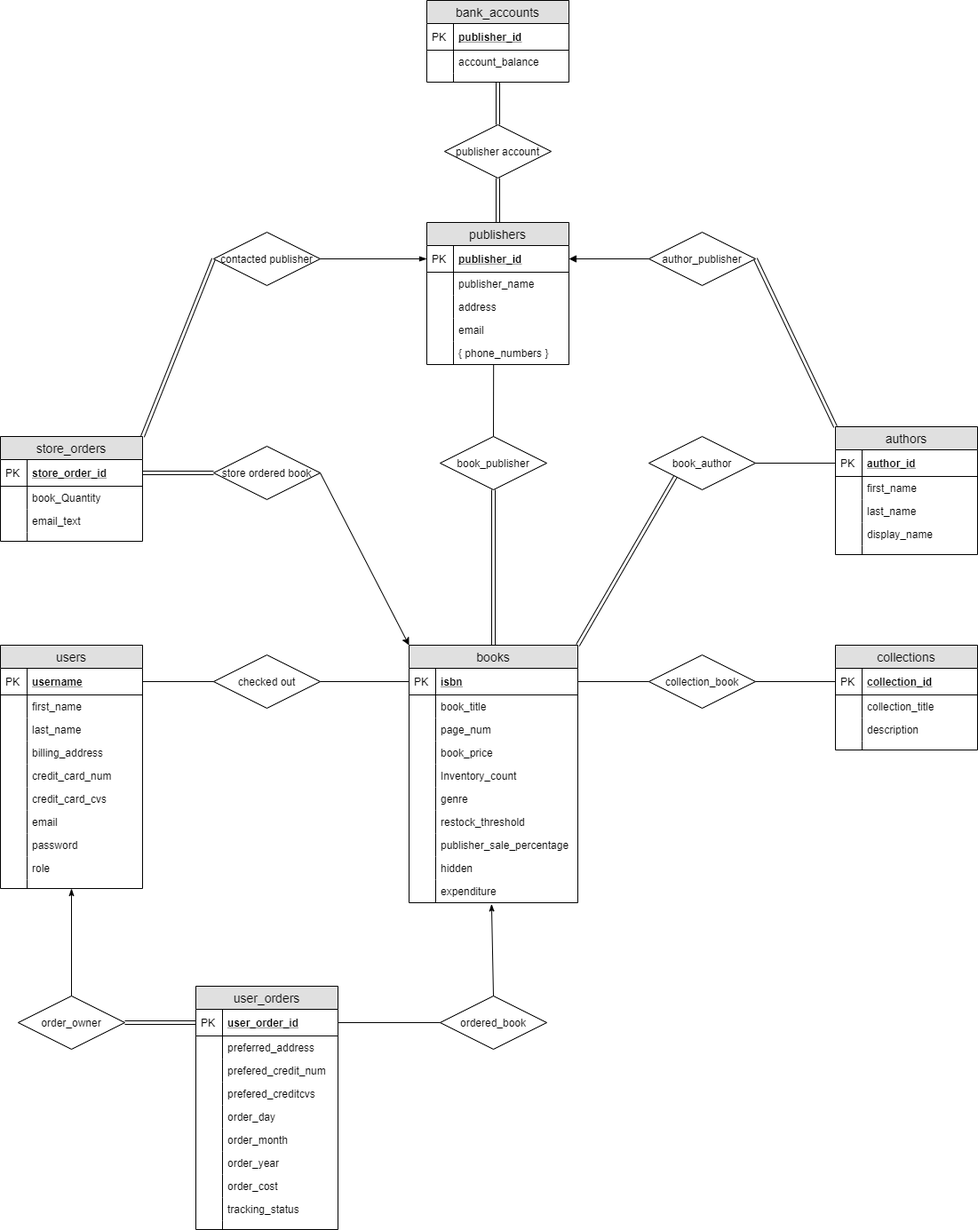
Above: docs/erd.png in DarkHorse0311/BookStore_golang_react (draw.io), before the change. Source tidied: cells renumbered, new cells last; positions are measured from the earlier drawing's top-left corner, leaving out a move shared by most shapes.
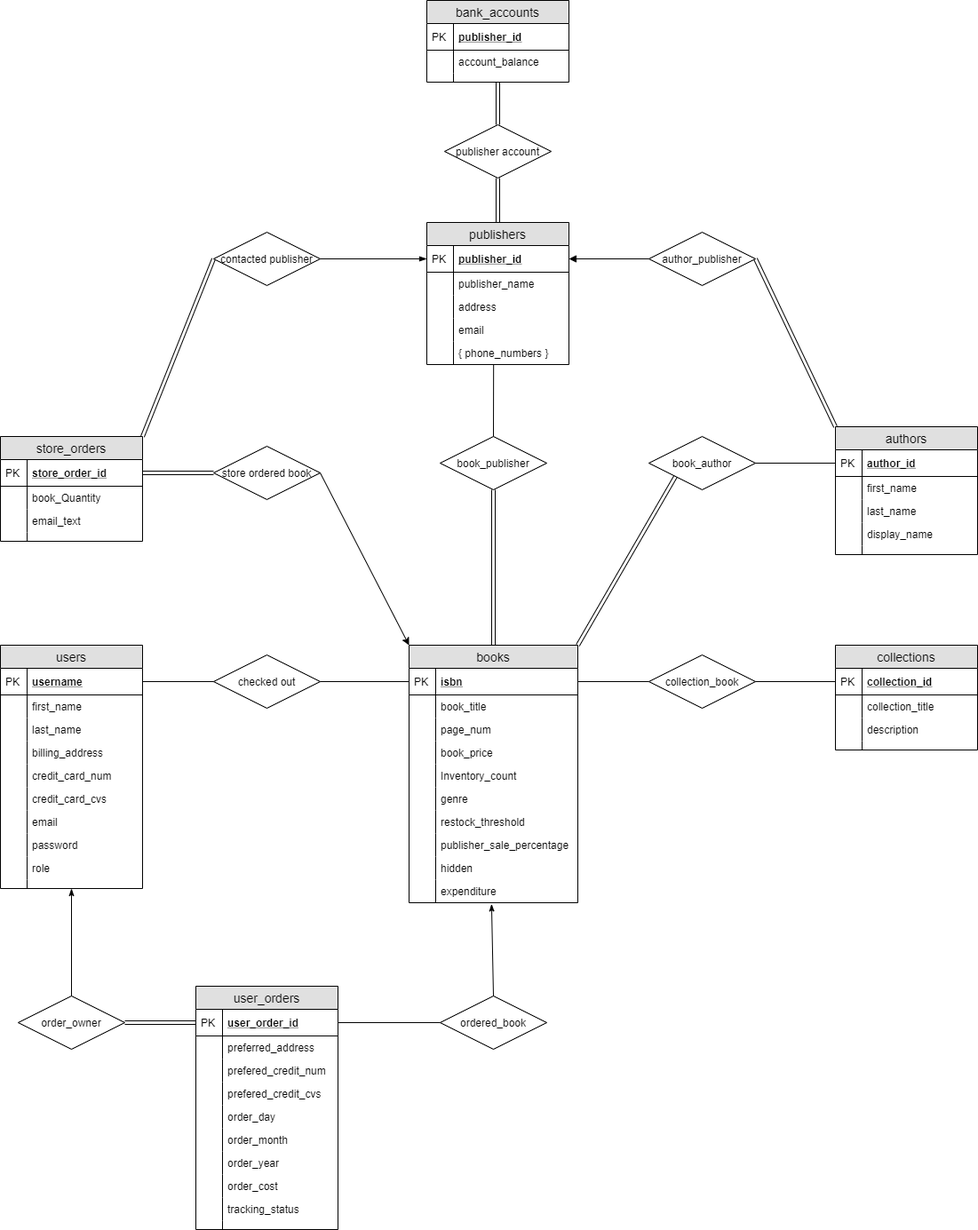
After the change.

Commit message:
fixed diagram typos

Change to the diagram source:
```diff
@@ -86,7 +86,7 @@
     <mxCell id="29" style="shape=partialRectangle;top=0;left=0;bottom=0;fillColor=none;align=left;verticalAlign=top;spacingLeft=4;spacingRight=4;overflow=hidden;fontSize=12;" parent="28" vertex="1">
       <mxGeometry width="30" height="26" as="geometry" />
     </mxCell>
-    <mxCell id="30" value="prefered_creditcvs" style="shape=partialRectangle;top=0;left=0;right=0;bottom=0;align=left;verticalAlign=top;fillColor=none;spacingLeft=34;spacingRight=4;overflow=hidden;fontSize=12;" parent="23" vertex="1">
+    <mxCell id="30" value="prefered_credit_cvs" style="shape=partialRectangle;top=0;left=0;right=0;bottom=0;align=left;verticalAlign=top;fillColor=none;spacingLeft=34;spacingRight=4;overflow=hidden;fontSize=12;" parent="23" vertex="1">
       <mxGeometry y="108" width="160" height="26" as="geometry" />
     </mxCell>
     <mxCell id="31" style="shape=partialRectangle;top=0;left=0;bottom=0;fillColor=none;align=left;verticalAlign=top;spacingLeft=4;spacingRight=4;overflow=hidden;fontSize=12;" parent="30" vertex="1">
```
